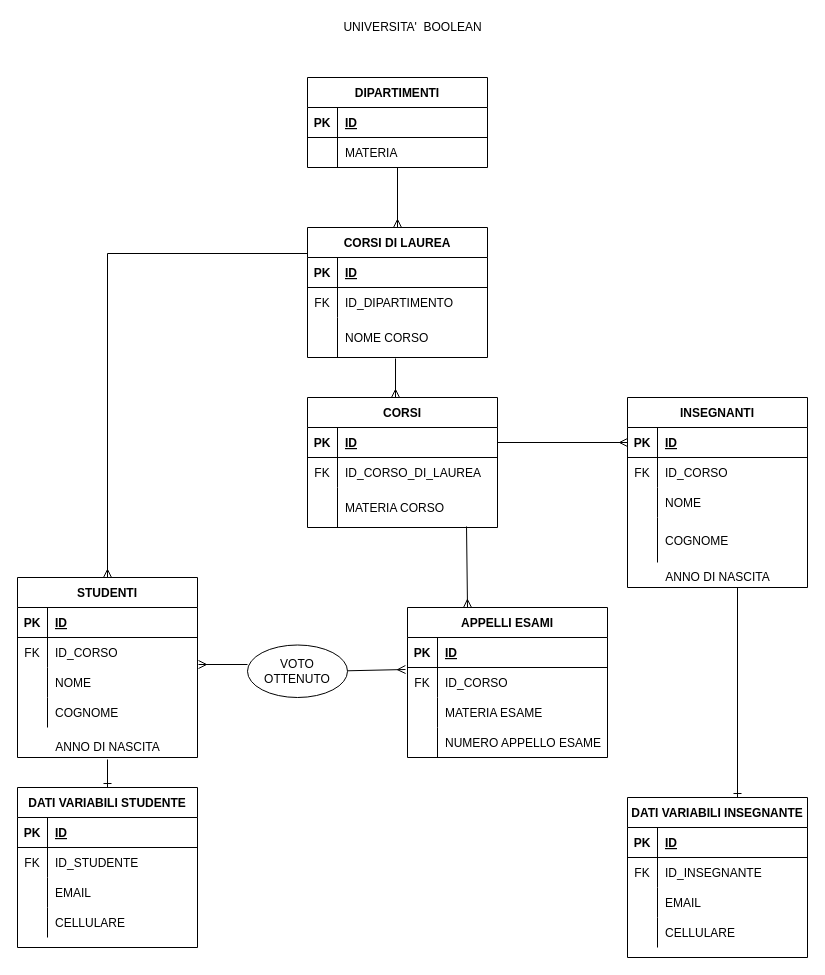
Marzio95/db-university keeps this draw.io diagram as IMG/DIAGRAMMA_UNI.drawio. Above is the earlier version. Source tidied: cells renumbered, new cells numbered last; positions are measured from the earlier drawing's top-left corner, leaving out a move shared by most shapes. Both pictures are drawn from the tidied source at 100%, with x=0, y=0 at pixel (17, 17).
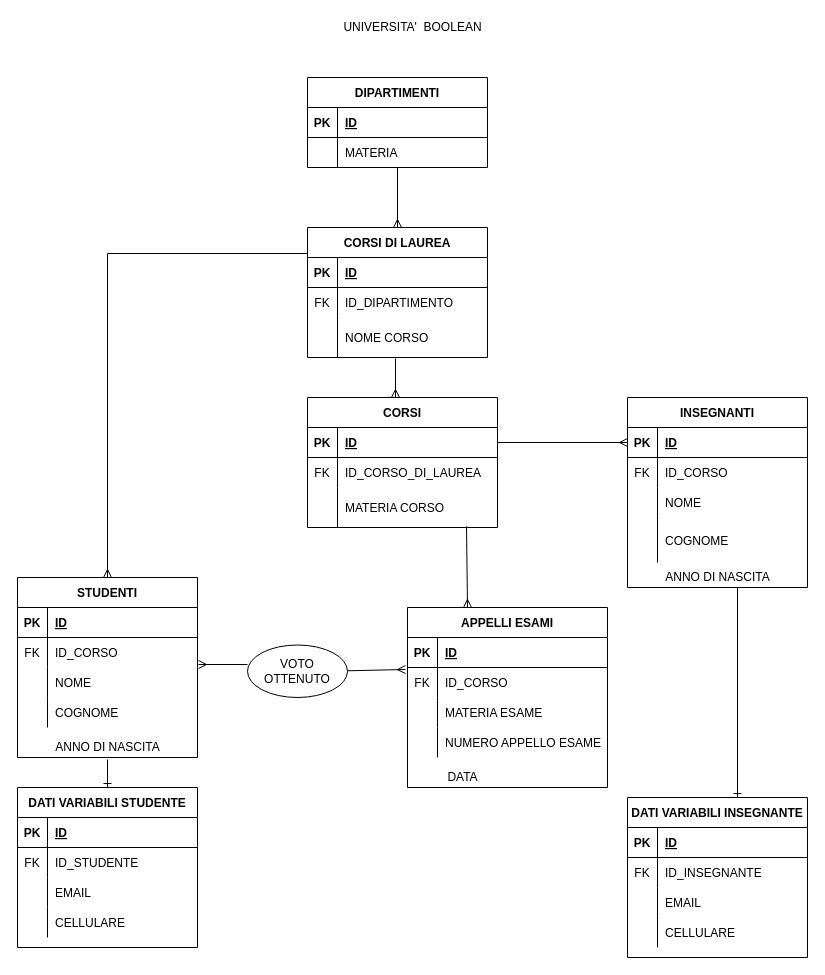
The same diagram, later.

Commit message (it also covers changes not shown here):
esercizio svolto su un file di testo

Change to the diagram source:
```diff
@@
     <mxCell id="65" value="APPELLI ESAMI" style="shape=table;startSize=30;childLayout=tableLayout;rowLines=0;fontStyle=1;align=center;" parent="1" vertex="1">
-      <mxGeometry x="390" y="590" width="200" height="150" as="geometry" />
+      <mxGeometry x="390" y="590" width="200" height="180" as="geometry" />
     </mxCell>
@@
+    <mxCell id="112" value="DATA" style="text;html=1;align=center;verticalAlign=middle;strokeColor=none;fillColor=none;" parent="1" vertex="1">
+      <mxGeometry x="420" y="750" width="50" height="20" as="geometry" />
+    </mxCell>
```
